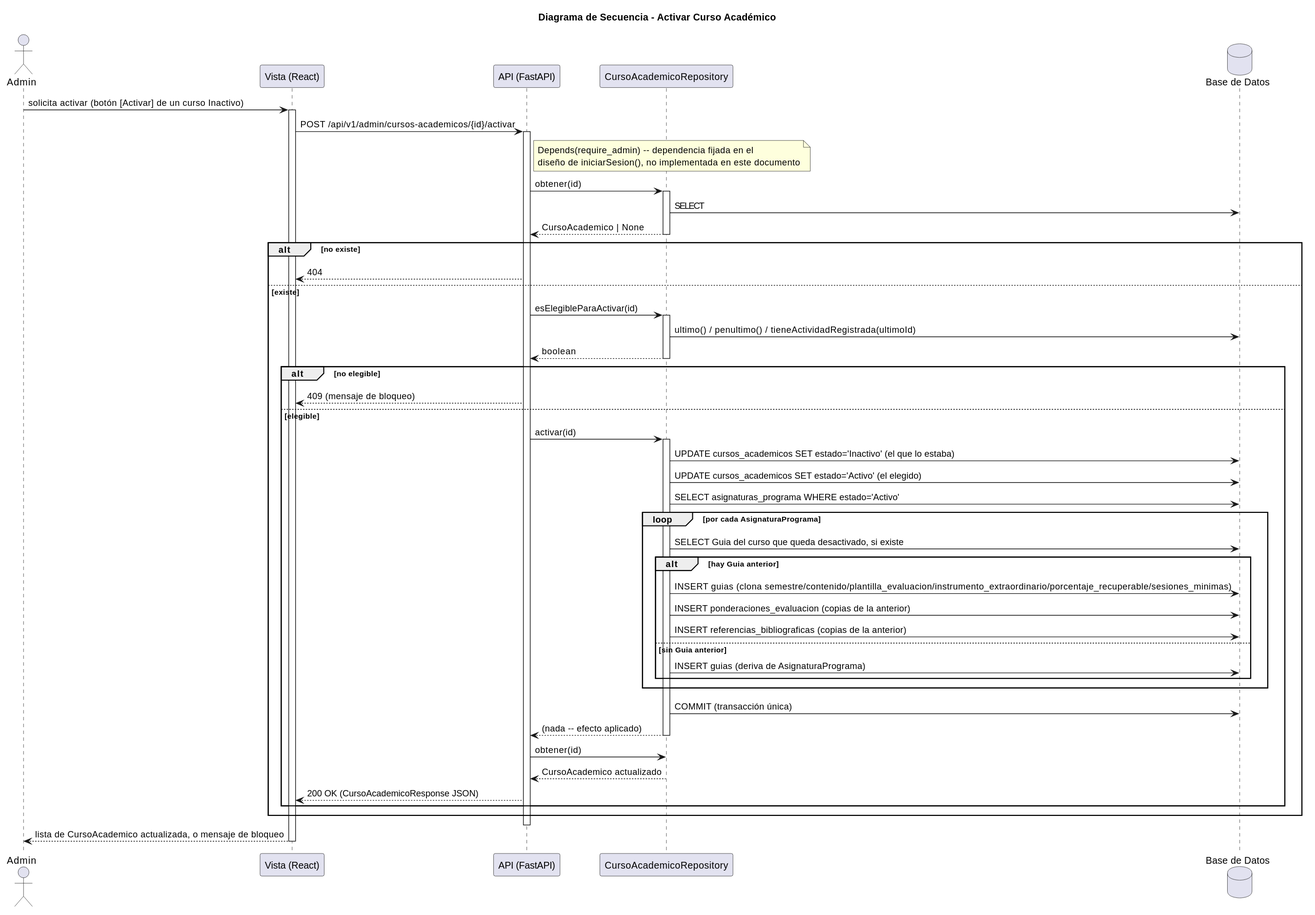
This is images/RUP/03-diseño/casos-uso/activarCursoAcademico/secuencia.svg from mmasias/pyCeldaPublico, a PlantUML export, as it was before one commit.
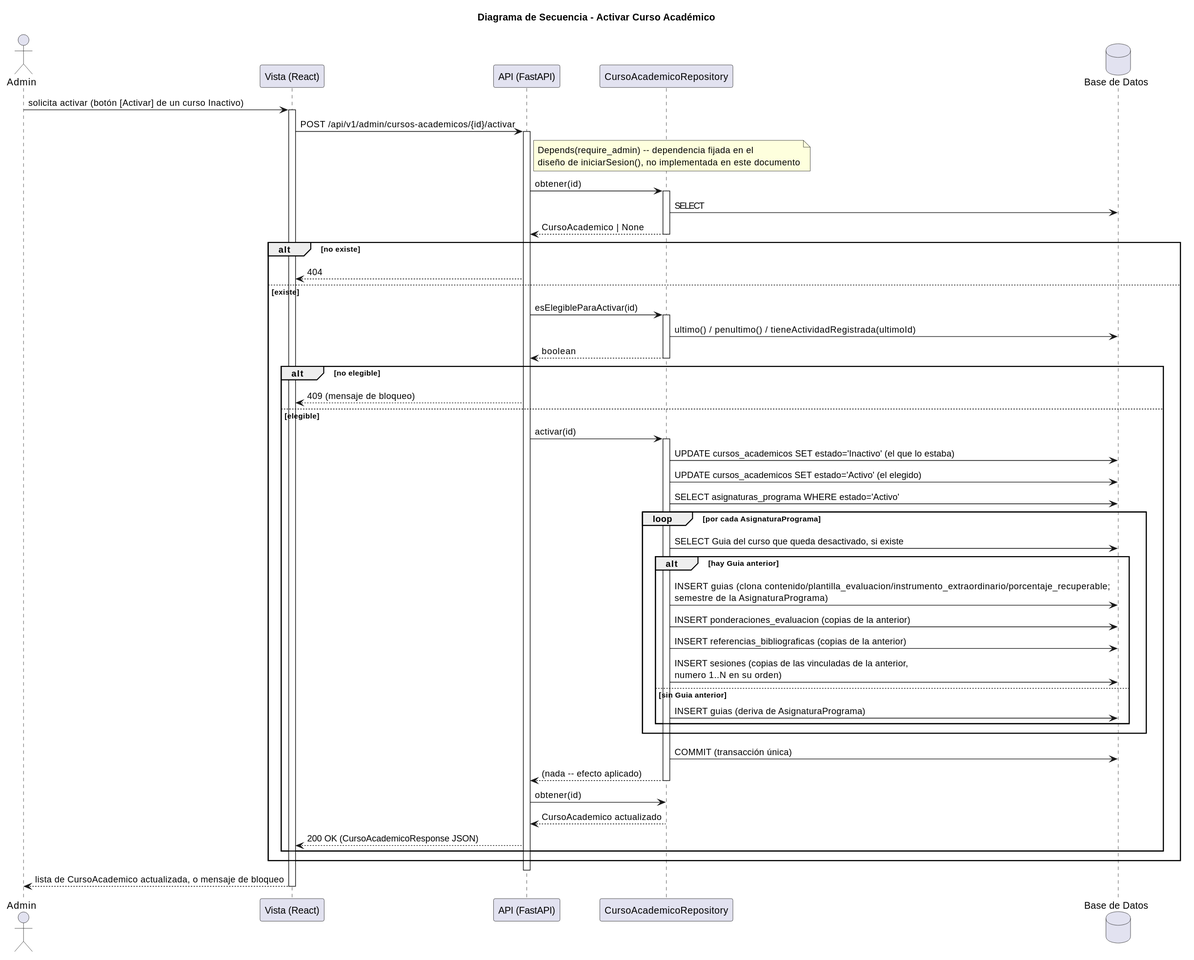
Above is the later version.

Change to the diagram source:
```diff
@@ -39,9 +39,10 @@
         loop por cada AsignaturaPrograma
             CursoAcademicoRepo -> DB: SELECT Guia del curso que queda desactivado, si existe
             alt hay Guia anterior
-                CursoAcademicoRepo -> DB: INSERT guias (clona semestre/contenido/plantilla_evaluacion/instrumento_extraordinario/porcentaje_recuperable/sesiones_minimas)
+                CursoAcademicoRepo -> DB: INSERT guias (clona contenido/plantilla_evaluacion/instrumento_extraordinario/porcentaje_recuperable;\nsemestre de la AsignaturaPrograma)
                 CursoAcademicoRepo -> DB: INSERT ponderaciones_evaluacion (copias de la anterior)
                 CursoAcademicoRepo -> DB: INSERT referencias_bibliograficas (copias de la anterior)
+                CursoAcademicoRepo -> DB: INSERT sesiones (copias de las vinculadas de la anterior,\nnumero 1..N en su orden)
             else sin Guia anterior
                 CursoAcademicoRepo -> DB: INSERT guias (deriva de AsignaturaPrograma)
             end
```
